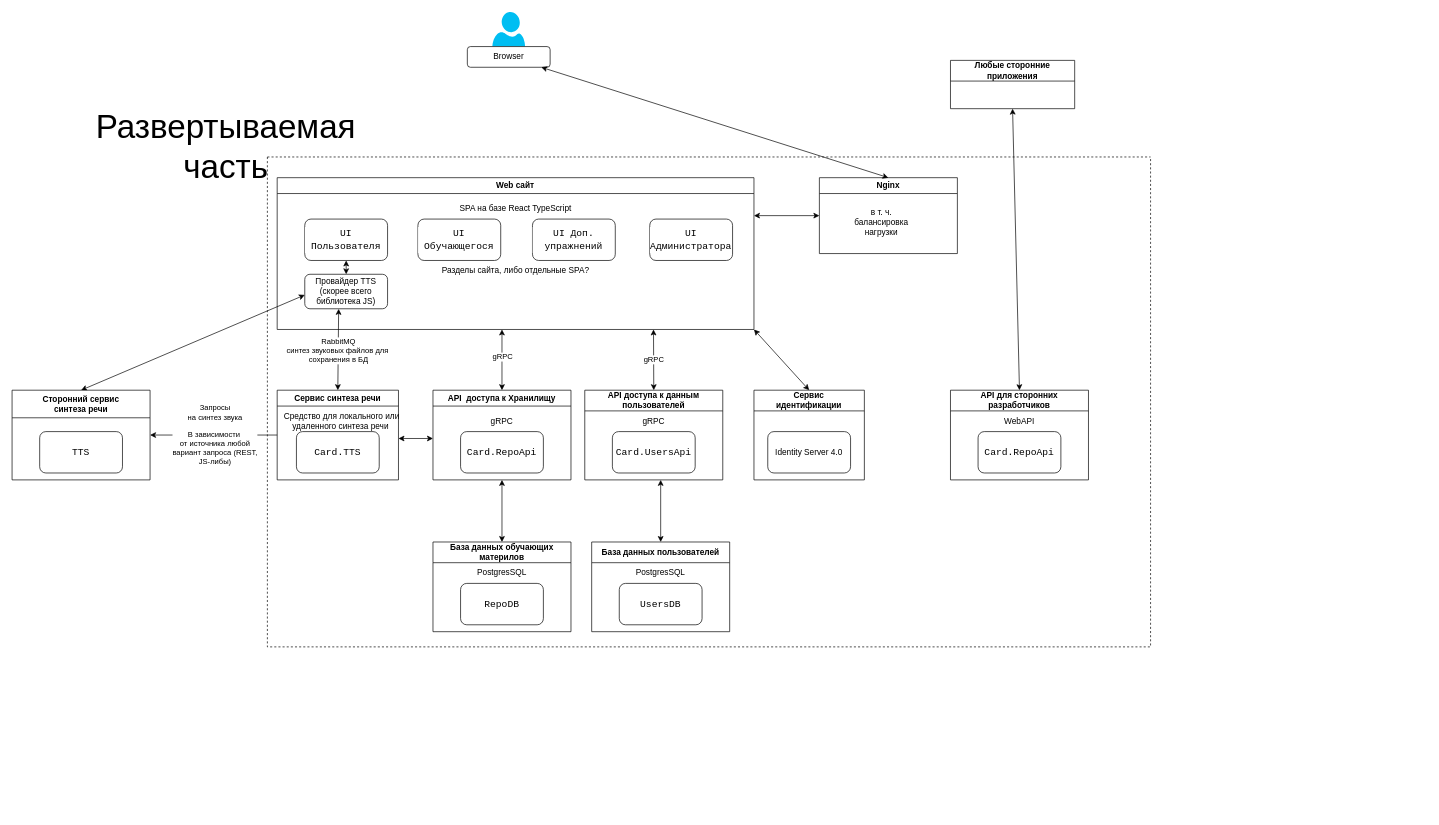
The draw.io diagram Docs/Diagrams/Containers.drawio in lvovandrey/CardVed, before the edit. Source tidied: cells renumbered, new cells numbered last; positions are measured from the earlier drawing's top-left corner, leaving out a move shared by most shapes. Both pictures are drawn from the tidied source at 69%, with x=0, y=0 at pixel (12, 12).
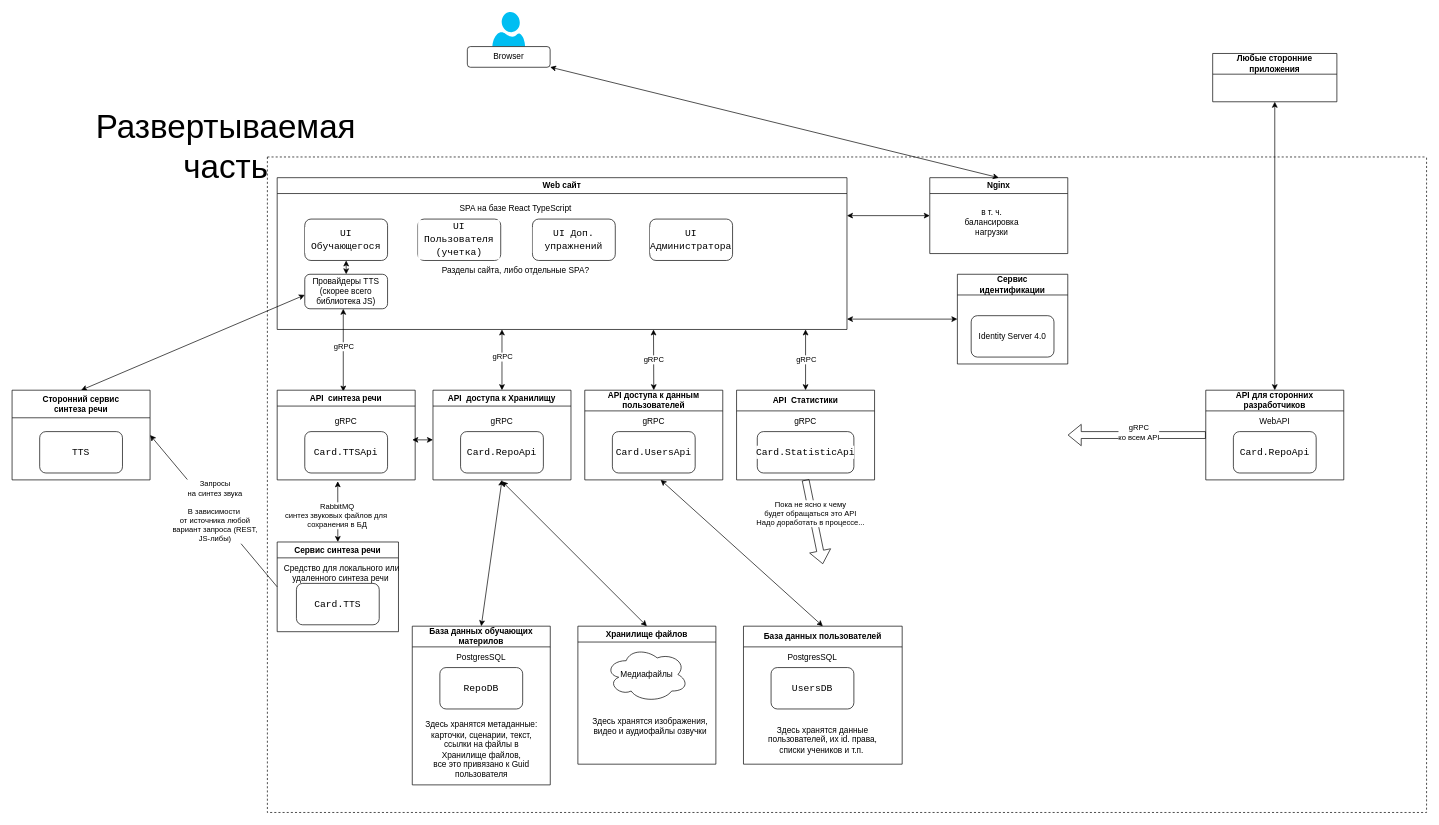
The same diagram, later.

Commit message (it also covers changes not shown here):
Работа с диаграммами. Диаграмма последовательностей.

The change refers to these unchanged cells:
```xml
<mxCell id="13" value="API&amp;nbsp; доступа к Хранилищу" style="swimlane;whiteSpace=wrap;html=1;" parent="2" vertex="1">
  <mxGeometry x="240" y="338" width="200" height="130" as="geometry" />
</mxCell>
```

Diff of the diagram source:
```diff
@@
     <mxCell id="2" style="swimlane;startSize=0;dashed=1;" parent="1" vertex="1">
-      <mxGeometry x="370" y="210" width="1280" height="710" as="geometry" />
+      <mxGeometry x="370" y="210" width="1680" height="950" as="geometry" />
     </mxCell>
     <mxCell id="3" value="Web сайт" style="swimlane;whiteSpace=wrap;html=1;" parent="2" vertex="1">
-      <mxGeometry x="14.2" y="30" width="691" height="220" as="geometry" />
+      <mxGeometry x="14.2" y="30" width="825.8" height="220" as="geometry" />
     </mxCell>
-    <mxCell id="4" value="&lt;div style=&quot;font-family: Consolas, &amp;quot;Courier New&amp;quot;, monospace; font-size: 14px; line-height: 19px;&quot;&gt;UI Пользователя&lt;/div&gt;" style="rounded=1;whiteSpace=wrap;html=1;fontColor=default;labelBackgroundColor=default;" parent="3" vertex="1">
+    <mxCell id="4" value="&lt;div style=&quot;font-family: Consolas, &amp;quot;Courier New&amp;quot;, monospace; font-size: 14px; line-height: 19px;&quot;&gt;UI Обучающегося&lt;/div&gt;" style="rounded=1;whiteSpace=wrap;html=1;fontColor=default;labelBackgroundColor=default;" parent="3" vertex="1">
       <mxGeometry x="40" y="60" width="120" height="60" as="geometry" />
     </mxCell>
@@
-    <mxCell id="6" value="&lt;div style=&quot;font-family: Consolas, &amp;quot;Courier New&amp;quot;, monospace; font-size: 14px; line-height: 19px;&quot;&gt;UI Обучающегося&lt;/div&gt;" style="rounded=1;whiteSpace=wrap;html=1;fontColor=default;labelBackgroundColor=default;" parent="3" vertex="1">
+    <mxCell id="6" value="&lt;div style=&quot;font-family: Consolas, &amp;quot;Courier New&amp;quot;, monospace; font-size: 14px; line-height: 19px;&quot;&gt;UI Пользователя&lt;/div&gt;&lt;div style=&quot;font-family: Consolas, &amp;quot;Courier New&amp;quot;, monospace; font-size: 14px; line-height: 19px;&quot;&gt;(учетка)&lt;/div&gt;" style="rounded=1;whiteSpace=wrap;html=1;fontColor=default;labelBackgroundColor=default;" parent="3" vertex="1">
       <mxGeometry x="204" y="60" width="120" height="60" as="geometry" />
     </mxCell>
@@
-    <mxCell id="10" value="Провайдер TTS&lt;br&gt;(скорее всего библиотека JS)" style="rounded=1;whiteSpace=wrap;html=1;" parent="3" vertex="1">
+    <mxCell id="10" value="Провайдеры TTS&lt;br&gt;(скорее всего библиотека JS)" style="rounded=1;whiteSpace=wrap;html=1;" parent="3" vertex="1">
       <mxGeometry x="40" y="140" width="120" height="50" as="geometry" />
     </mxCell>
@@
+    <mxCell id="56" style="endArrow=classic;startArrow=classic;html=1;rounded=0;" parent="3" edge="1">
+      <mxGeometry relative="1" as="geometry">
+        <mxPoint x="95.8" y="310" as="sourcePoint" />
+        <mxPoint x="95.8" y="190" as="targetPoint" />
+      </mxGeometry>
+    </mxCell>
+    <mxCell id="57" value="gRPC" style="edgeLabel;html=1;align=center;verticalAlign=middle;" parent="56" vertex="1">
+      <mxGeometry x="0.07" relative="1" as="geometry">
+        <mxPoint y="-2" as="offset" />
+      </mxGeometry>
+    </mxCell>
@@
     <mxCell id="19" value="Сервис &lt;br&gt;идентификации" style="swimlane;whiteSpace=wrap;html=1;startSize=30;" parent="2" vertex="1">
-      <mxGeometry x="705.2" y="338" width="160" height="130" as="geometry" />
+      <mxGeometry x="1000" y="170" width="160" height="130" as="geometry" />
     </mxCell>
@@
     <mxCell id="21" value="API для сторонних разработчиков" style="swimlane;whiteSpace=wrap;html=1;startSize=30;" parent="2" vertex="1">
-      <mxGeometry x="990" y="338" width="200" height="130" as="geometry" />
+      <mxGeometry x="1360" y="338" width="200" height="130" as="geometry" />
     </mxCell>
@@
     <mxCell id="24" value="Сервис синтеза речи" style="swimlane;whiteSpace=wrap;html=1;startSize=23;" parent="2" vertex="1">
-      <mxGeometry x="14.2" y="338" width="175.8" height="130" as="geometry" />
+      <mxGeometry x="14.2" y="558" width="175.8" height="130" as="geometry" />
     </mxCell>
@@
     <mxCell id="27" value="База данных обучающих&lt;br&gt;материлов" style="swimlane;whiteSpace=wrap;html=1;startSize=30;" parent="2" vertex="1">
-      <mxGeometry x="240" y="558" width="200" height="130" as="geometry" />
+      <mxGeometry x="210" y="680" width="200" height="230" as="geometry" />
     </mxCell>
@@
+    <mxCell id="58" value="Здесь хранятся метаданные:&lt;br&gt;карточки, сценарии, текст, ссылки на файлы в Хранилище файлов,&lt;br&gt;все это привязано к Guid пользователя" style="text;html=1;align=center;verticalAlign=middle;whiteSpace=wrap;rounded=0;" parent="27" vertex="1">
+      <mxGeometry x="17.5" y="139" width="165" height="80" as="geometry" />
+    </mxCell>
     <mxCell id="30" value="База данных пользователей" style="swimlane;whiteSpace=wrap;html=1;startSize=30;" parent="2" vertex="1">
-      <mxGeometry x="470" y="558" width="200" height="130" as="geometry" />
+      <mxGeometry x="690" y="680" width="230" height="200" as="geometry" />
     </mxCell>
@@
+    <mxCell id="59" value="Здесь хранятся данные пользователей, их id. права, списки учеников и т.п.&amp;nbsp;" style="text;html=1;align=center;verticalAlign=middle;whiteSpace=wrap;rounded=0;" parent="30" vertex="1">
+      <mxGeometry x="30" y="130" width="170" height="70" as="geometry" />
+    </mxCell>
-    <mxCell id="33" style="endArrow=classic;startArrow=classic;html=1;rounded=0;exitX=0.5;exitY=0;exitDx=0;exitDy=0;entryX=0.409;entryY=1.003;entryDx=0;entryDy=0;entryPerimeter=0;" parent="2" edge="1" source="24" target="10">
-      <mxGeometry relative="1" as="geometry" />
+    <mxCell id="33" style="endArrow=classic;startArrow=classic;html=1;rounded=0;exitX=0.5;exitY=0;exitDx=0;exitDy=0;" parent="2" edge="1" source="24">
+      <mxGeometry relative="1" as="geometry">
+        <mxPoint x="102" y="470" as="targetPoint" />
+      </mxGeometry>
     </mxCell>
     <mxCell id="34" value="RabbitMQ&lt;br&gt;синтез звуковых файлов для&amp;nbsp;&lt;br&gt;сохранения в БД" style="edgeLabel;html=1;align=center;verticalAlign=middle;" parent="33" vertex="1">
-      <mxGeometry x="-0.01" relative="1" as="geometry" />
+      <mxGeometry x="-0.01" relative="1" as="geometry">
+        <mxPoint x="-2" y="5" as="offset" />
+      </mxGeometry>
     </mxCell>
@@
-    <mxCell id="39" style="endArrow=classic;startArrow=classic;html=1;rounded=0;exitX=0.5;exitY=0;exitDx=0;exitDy=0;entryX=1;entryY=1;entryDx=0;entryDy=0;" parent="2" edge="1" source="19" target="3">
-      <mxGeometry relative="1" as="geometry" />
+    <mxCell id="39" style="endArrow=classic;startArrow=classic;html=1;rounded=0;exitX=0;exitY=0.5;exitDx=0;exitDy=0;" parent="2" edge="1" source="19">
+      <mxGeometry relative="1" as="geometry">
+        <mxPoint x="840" y="235" as="targetPoint" />
+      </mxGeometry>
     </mxCell>
     <mxCell id="40" style="endArrow=classic;startArrow=classic;html=1;rounded=0;" parent="2" edge="1">
       <mxGeometry relative="1" as="geometry">
-        <mxPoint x="240" y="408" as="sourcePoint" />
-        <mxPoint x="190" y="408" as="targetPoint" />
+        <mxPoint x="240" y="410" as="sourcePoint" />
+        <mxPoint x="210" y="410" as="targetPoint" />
       </mxGeometry>
     </mxCell>
-    <mxCell id="41" style="endArrow=classic;startArrow=classic;html=1;rounded=0;entryX=0.5;entryY=1;entryDx=0;entryDy=0;" parent="2" edge="1" target="13">
-      <mxGeometry relative="1" as="geometry">
-        <mxPoint x="340" y="558" as="sourcePoint" />
-      </mxGeometry>
+    <mxCell id="41" style="endArrow=classic;startArrow=classic;html=1;rounded=0;entryX=0.5;entryY=1;entryDx=0;entryDy=0;exitX=0.5;exitY=0;exitDx=0;exitDy=0;" parent="2" edge="1" source="27" target="13">
+      <mxGeometry relative="1" as="geometry" />
     </mxCell>
@@
     <mxCell id="43" value="Nginx" style="swimlane;whiteSpace=wrap;html=1;" parent="2" vertex="1">
-      <mxGeometry x="800" y="30" width="200" height="110" as="geometry" />
+      <mxGeometry x="960" y="30" width="200" height="110" as="geometry" />
     </mxCell>
@@
+    <mxCell id="60" value="API&amp;nbsp; синтеза речи" style="swimlane;whiteSpace=wrap;html=1;" parent="2" vertex="1">
+      <mxGeometry x="14.2" y="338" width="200" height="130" as="geometry" />
+    </mxCell>
+    <mxCell id="61" value="&lt;div style=&quot;font-family: Consolas, &amp;quot;Courier New&amp;quot;, monospace; font-size: 14px; line-height: 19px;&quot;&gt;Card.TTSApi&lt;/div&gt;" style="rounded=1;whiteSpace=wrap;html=1;fontColor=default;labelBackgroundColor=default;" parent="60" vertex="1">
+      <mxGeometry x="40" y="60" width="120" height="60" as="geometry" />
+    </mxCell>
+    <mxCell id="62" value="gRPC" style="text;html=1;align=center;verticalAlign=middle;whiteSpace=wrap;rounded=0;" parent="60" vertex="1">
+      <mxGeometry x="70" y="30" width="60" height="30" as="geometry" />
+    </mxCell>
+    <mxCell id="63" value="Хранилище файлов" style="swimlane;whiteSpace=wrap;html=1;" parent="2" vertex="1">
+      <mxGeometry x="450" y="680" width="200" height="200" as="geometry" />
+    </mxCell>
+    <mxCell id="64" value="Медиафайлы" style="ellipse;shape=cloud;whiteSpace=wrap;html=1;" parent="63" vertex="1">
+      <mxGeometry x="40" y="30" width="120" height="80" as="geometry" />
+    </mxCell>
+    <mxCell id="65" value="Здесь хранятся изображения, видео и аудиофайлы озвучки" style="text;html=1;align=center;verticalAlign=middle;whiteSpace=wrap;rounded=0;" parent="63" vertex="1">
+      <mxGeometry x="20" y="130" width="170" height="30" as="geometry" />
+    </mxCell>
+    <mxCell id="66" value="API&amp;nbsp; Статистики" style="swimlane;whiteSpace=wrap;html=1;startSize=30;" parent="2" vertex="1">
+      <mxGeometry x="680" y="338" width="200" height="130" as="geometry" />
+    </mxCell>
+    <mxCell id="67" value="&lt;div style=&quot;font-family: Consolas, &amp;quot;Courier New&amp;quot;, monospace; font-size: 14px; line-height: 19px;&quot;&gt;Card.StatisticApi&lt;/div&gt;" style="rounded=1;whiteSpace=wrap;html=1;fontColor=default;labelBackgroundColor=default;" parent="66" vertex="1">
+      <mxGeometry x="30" y="60" width="140" height="60" as="geometry" />
+    </mxCell>
+    <mxCell id="68" value="gRPC" style="text;html=1;align=center;verticalAlign=middle;whiteSpace=wrap;rounded=0;" parent="66" vertex="1">
+      <mxGeometry x="70" y="30" width="60" height="30" as="geometry" />
+    </mxCell>
+    <mxCell id="69" style="endArrow=classic;startArrow=classic;html=1;rounded=0;exitX=0.5;exitY=0;exitDx=0;exitDy=0;" parent="2" edge="1" source="66">
+      <mxGeometry relative="1" as="geometry">
+        <mxPoint x="780" y="250" as="targetPoint" />
+      </mxGeometry>
+    </mxCell>
+    <mxCell id="70" value="gRPC" style="edgeLabel;html=1;align=center;verticalAlign=middle;" parent="69" vertex="1">
+      <mxGeometry x="-0.01" y="2" relative="1" as="geometry">
+        <mxPoint x="2" y="-1" as="offset" />
+      </mxGeometry>
+    </mxCell>
+    <mxCell id="71" style="shape=flexArrow;endArrow=classic;html=1;rounded=0;exitX=0.5;exitY=1;exitDx=0;exitDy=0;" parent="2" edge="1" source="66">
+      <mxGeometry relative="1" as="geometry">
+        <mxPoint x="805" y="590" as="targetPoint" />
+      </mxGeometry>
+    </mxCell>
+    <mxCell id="72" value="Пока не ясно к чему&lt;br&gt;будет обращаться это API&lt;br&gt;Надо доработать в процессе..." style="edgeLabel;html=1;align=center;verticalAlign=middle;" parent="71" vertex="1">
+      <mxGeometry x="-0.2" y="-4" relative="1" as="geometry">
+        <mxPoint y="-1" as="offset" />
+      </mxGeometry>
+    </mxCell>
@@
     <mxCell id="49" value="Любые сторонние приложения" style="swimlane;whiteSpace=wrap;html=1;startSize=30;" parent="1" vertex="1">
-      <mxGeometry x="1360" y="70" width="180" height="70" as="geometry" />
+      <mxGeometry x="1740" y="60" width="180" height="70" as="geometry" />
     </mxCell>
@@
+    <mxCell id="73" style="endArrow=classic;startArrow=classic;html=1;rounded=0;exitX=0.5;exitY=0;exitDx=0;exitDy=0;" parent="1" edge="1" source="63">
+      <mxGeometry relative="1" as="geometry">
+        <mxPoint x="710" y="680" as="targetPoint" />
+      </mxGeometry>
+    </mxCell>
+    <mxCell id="74" style="shape=flexArrow;endArrow=classic;html=1;rounded=0;exitX=0;exitY=0.5;exitDx=0;exitDy=0;" parent="1" edge="1" source="21">
+      <mxGeometry relative="1" as="geometry">
+        <mxPoint x="1530" y="613" as="targetPoint" />
+      </mxGeometry>
+    </mxCell>
+    <mxCell id="75" value="gRPC&lt;br&gt;ко всем API" style="edgeLabel;html=1;align=center;verticalAlign=middle;" parent="74" vertex="1">
+      <mxGeometry x="-0.02" y="-5" relative="1" as="geometry" />
+    </mxCell>
```
